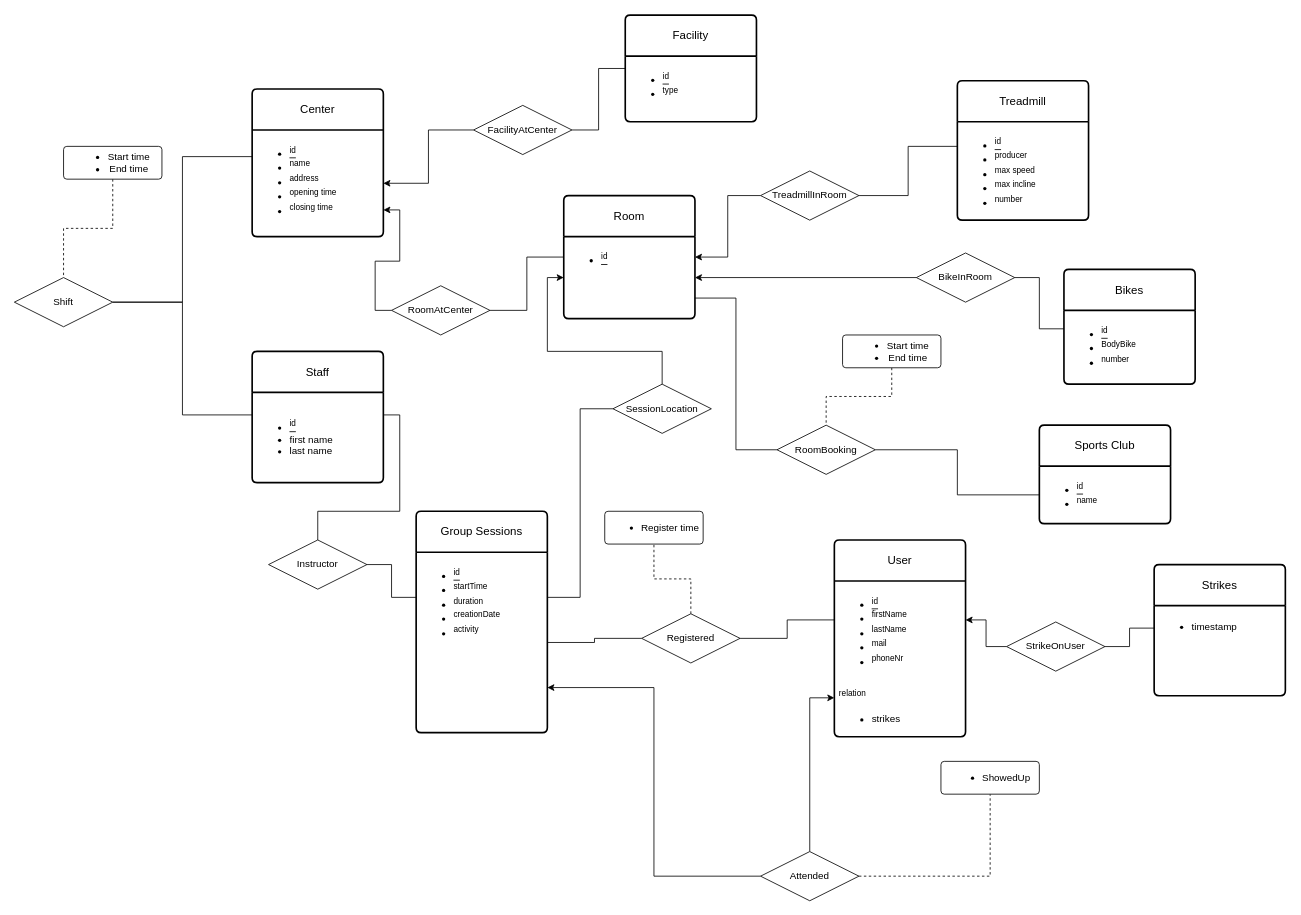
This is er-diagram.drawio from Simenf05/database-project, a draw.io file, before an edit. Source tidied: cells renumbered, new cells numbered last; positions are measured from the earlier drawing's top-left corner, leaving out a move shared by most shapes. Both pictures are drawn from the tidied source at 82%, with x=0, y=0 at pixel (14, 15).
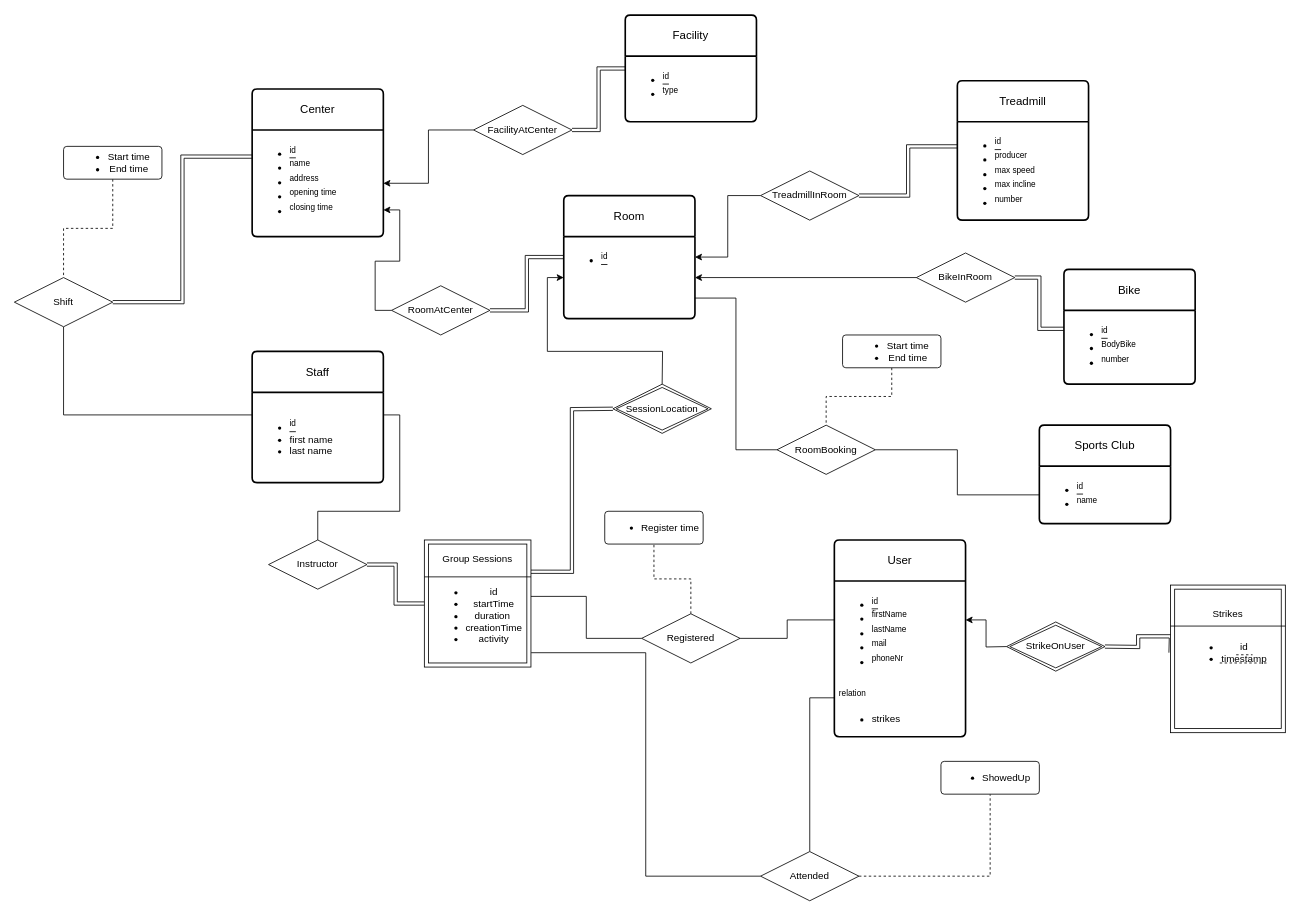
The same page after the edit.

Unchanged cells that the change refers to:
```xml
<mxCell id="3" value="&lt;ul&gt;&lt;li&gt;&lt;u&gt;&lt;sup&gt;id&lt;/sup&gt;&lt;/u&gt;&lt;/li&gt;&lt;li&gt;&lt;sup&gt;name&amp;nbsp;&lt;/sup&gt;&lt;/li&gt;&lt;li&gt;&lt;sup&gt;address&lt;/sup&gt;&lt;/li&gt;&lt;li&gt;&lt;sup&gt;opening time&lt;/sup&gt;&lt;/li&gt;&lt;li&gt;&lt;sup&gt;closing time&lt;/sup&gt;&lt;/li&gt;&lt;/ul&gt;" style="align=left;strokeColor=none;fillColor=none;spacingLeft=4;spacingRight=4;fontSize=12;verticalAlign=top;html=1;whiteSpace=wrap;" parent="2" vertex="1">
  <mxGeometry y="50" width="160" height="130" as="geometry" />
</mxCell>
<mxCell id="5" value="&lt;ul&gt;&lt;li&gt;&lt;u&gt;&lt;sup&gt;id&lt;/sup&gt;&lt;/u&gt;&lt;/li&gt;&lt;/ul&gt;&lt;div&gt;&lt;br&gt;&lt;/div&gt;" style="align=left;strokeColor=none;fillColor=none;spacingLeft=4;spacingRight=4;fontSize=12;verticalAlign=top;html=1;whiteSpace=wrap;" parent="4" vertex="1">
  <mxGeometry y="50" width="160" height="100" as="geometry" />
</mxCell>
<mxCell id="8" value="&lt;ul&gt;&lt;li&gt;&lt;u&gt;&lt;sup&gt;id&lt;/sup&gt;&lt;/u&gt;&lt;/li&gt;&lt;li&gt;&lt;sup&gt;producer&lt;/sup&gt;&lt;/li&gt;&lt;li&gt;&lt;sup&gt;max speed&lt;/sup&gt;&lt;/li&gt;&lt;li&gt;&lt;sup&gt;max incline&lt;/sup&gt;&lt;/li&gt;&lt;li&gt;&lt;sup&gt;number&lt;/sup&gt;&lt;/li&gt;&lt;/ul&gt;" style="align=left;strokeColor=none;fillColor=none;spacingLeft=4;spacingRight=4;fontSize=12;verticalAlign=top;html=1;whiteSpace=wrap;" parent="7" vertex="1">
  <mxGeometry y="50" width="160" height="120" as="geometry" />
</mxCell>
<mxCell id="10" value="&lt;ul&gt;&lt;li&gt;&lt;u&gt;&lt;sup&gt;id&lt;/sup&gt;&lt;/u&gt;&lt;/li&gt;&lt;li&gt;&lt;sup&gt;BodyBike&lt;/sup&gt;&lt;/li&gt;&lt;li&gt;&lt;sup&gt;number&lt;/sup&gt;&lt;/li&gt;&lt;/ul&gt;" style="align=left;strokeColor=none;fillColor=none;spacingLeft=4;spacingRight=4;fontSize=12;verticalAlign=top;html=1;whiteSpace=wrap;" parent="9" vertex="1">
  <mxGeometry y="50" width="160" height="90" as="geometry" />
</mxCell>
<mxCell id="14" value="&lt;ul&gt;&lt;li&gt;&lt;u&gt;&lt;sup&gt;id&lt;/sup&gt;&lt;/u&gt;&lt;/li&gt;&lt;li&gt;&lt;sup&gt;firstName&lt;/sup&gt;&lt;/li&gt;&lt;li&gt;&lt;sup&gt;lastName&lt;/sup&gt;&lt;/li&gt;&lt;li&gt;&lt;sup&gt;mail&lt;/sup&gt;&lt;/li&gt;&lt;li&gt;&lt;sup&gt;phoneNr&lt;/sup&gt;&lt;/li&gt;&lt;/ul&gt;&lt;div&gt;&lt;br&gt;&lt;/div&gt;&lt;div&gt;&lt;sup&gt;relation&lt;/sup&gt;&lt;/div&gt;&lt;div&gt;&lt;ul&gt;&lt;li&gt;strikes&lt;/li&gt;&lt;/ul&gt;&lt;/div&gt;" style="align=left;strokeColor=none;fillColor=none;spacingLeft=4;spacingRight=4;fontSize=12;verticalAlign=top;html=1;whiteSpace=wrap;" parent="13" vertex="1">
  <mxGeometry y="50" width="160" height="190" as="geometry" />
</mxCell>
<mxCell id="20" value="&lt;br&gt;&lt;ul&gt;&lt;li&gt;&lt;u&gt;&lt;sup&gt;id&lt;/sup&gt;&lt;/u&gt;&lt;/li&gt;&lt;li&gt;first name&lt;/li&gt;&lt;li&gt;last name&lt;/li&gt;&lt;/ul&gt;" style="align=left;strokeColor=none;fillColor=none;spacingLeft=4;spacingRight=4;fontSize=12;verticalAlign=top;html=1;whiteSpace=wrap;" parent="19" vertex="1">
  <mxGeometry y="50" width="160" height="110" as="geometry" />
</mxCell>
<mxCell id="23" value="&lt;div&gt;Shift&lt;/div&gt;" style="shape=rhombus;perimeter=rhombusPerimeter;whiteSpace=wrap;html=1;align=center;" parent="1" vertex="1">
  <mxGeometry y="320" width="120" height="60" as="geometry" />
</mxCell>
<mxCell id="28" value="&lt;div&gt;FacilityAtCenter&lt;/div&gt;" style="shape=rhombus;perimeter=rhombusPerimeter;whiteSpace=wrap;html=1;align=center;" parent="1" vertex="1">
  <mxGeometry x="560" y="110" width="120" height="60" as="geometry" />
</mxCell>
<mxCell id="29" value="Facility" style="swimlane;horizontal=1;startSize=50;rounded=1;fontSize=14;fontStyle=0;strokeWidth=2;shadow=0;dashed=0;align=center;arcSize=4;whiteSpace=wrap;html=1;" parent="1" vertex="1">
  <mxGeometry x="745" width="160" height="130" as="geometry" />
</mxCell>
<mxCell id="33" value="&lt;div&gt;RoomAtCenter&lt;/div&gt;" style="shape=rhombus;perimeter=rhombusPerimeter;whiteSpace=wrap;html=1;align=center;" parent="1" vertex="1">
  <mxGeometry x="460" y="330" width="120" height="60" as="geometry" />
</mxCell>
<mxCell id="36" value="&lt;div&gt;TreadmillInRoom&lt;/div&gt;" style="shape=rhombus;perimeter=rhombusPerimeter;whiteSpace=wrap;html=1;align=center;" parent="1" vertex="1">
  <mxGeometry x="910" y="190" width="120" height="60" as="geometry" />
</mxCell>
<mxCell id="39" value="BikeInRoom" style="shape=rhombus;perimeter=rhombusPerimeter;whiteSpace=wrap;html=1;align=center;" parent="1" vertex="1">
  <mxGeometry x="1100" y="290" width="120" height="60" as="geometry" />
</mxCell>
<mxCell id="42" value="&lt;div&gt;Instructor&lt;/div&gt;" style="shape=rhombus;perimeter=rhombusPerimeter;whiteSpace=wrap;html=1;align=center;" parent="1" vertex="1">
  <mxGeometry x="310" y="640" width="120" height="60" as="geometry" />
</mxCell>
<mxCell id="49" value="Registered" style="shape=rhombus;perimeter=rhombusPerimeter;whiteSpace=wrap;html=1;align=center;" parent="1" vertex="1">
  <mxGeometry x="765" y="730" width="120" height="60" as="geometry" />
</mxCell>
<mxCell id="54" value="Attended" style="shape=rhombus;perimeter=rhombusPerimeter;whiteSpace=wrap;html=1;align=center;" parent="1" vertex="1">
  <mxGeometry x="910" y="1020" width="120" height="60" as="geometry" />
</mxCell>
```

The edit, as a diff of the source:
```diff
@@
-    <mxCell id="9" value="Bikes" style="swimlane;horizontal=1;startSize=50;rounded=1;fontSize=14;fontStyle=0;strokeWidth=2;shadow=0;dashed=0;align=center;arcSize=4;whiteSpace=wrap;html=1;" parent="1" vertex="1">
+    <mxCell id="9" value="Bike" style="swimlane;horizontal=1;startSize=50;rounded=1;fontSize=14;fontStyle=0;strokeWidth=2;shadow=0;dashed=0;align=center;arcSize=4;whiteSpace=wrap;html=1;" parent="1" vertex="1">
       <mxGeometry x="1280" y="310" width="160" height="140" as="geometry" />
     </mxCell>
@@
-    <mxCell id="11" value="&lt;div&gt;Group Sessions&lt;/div&gt;" style="swimlane;horizontal=1;startSize=50;rounded=1;fontSize=14;fontStyle=0;strokeWidth=2;shadow=0;dashed=0;align=center;arcSize=4;whiteSpace=wrap;html=1;" parent="1" vertex="1">
-      <mxGeometry x="490" y="605" width="160" height="270" as="geometry" />
-    </mxCell>
-    <mxCell id="12" value="&lt;ul&gt;&lt;li&gt;&lt;u&gt;&lt;sup&gt;id&lt;/sup&gt;&lt;/u&gt;&lt;/li&gt;&lt;li&gt;&lt;sup&gt;startTime&lt;/sup&gt;&lt;/li&gt;&lt;li&gt;&lt;sup&gt;duration&lt;/sup&gt;&lt;/li&gt;&lt;li&gt;&lt;sup&gt;creationDate&lt;/sup&gt;&lt;/li&gt;&lt;li&gt;&lt;sup&gt;activity&lt;/sup&gt;&lt;/li&gt;&lt;/ul&gt;" style="align=left;strokeColor=none;fillColor=none;spacingLeft=4;spacingRight=4;fontSize=12;verticalAlign=top;html=1;whiteSpace=wrap;" parent="11" vertex="1">
-      <mxGeometry y="50" width="160" height="220" as="geometry" />
-    </mxCell>
@@
-    <mxCell id="17" value="Strikes" style="swimlane;horizontal=1;startSize=50;rounded=1;fontSize=14;fontStyle=0;strokeWidth=2;shadow=0;dashed=0;align=center;arcSize=4;whiteSpace=wrap;html=1;" parent="1" vertex="1">
-      <mxGeometry x="1390" y="670" width="160" height="160" as="geometry" />
-    </mxCell>
-    <mxCell id="18" value="&lt;ul&gt;&lt;li&gt;timestamp&lt;/li&gt;&lt;/ul&gt;" style="align=left;strokeColor=none;fillColor=none;spacingLeft=4;spacingRight=4;fontSize=12;verticalAlign=top;html=1;whiteSpace=wrap;" parent="17" vertex="1">
-      <mxGeometry y="50" width="160" height="110" as="geometry" />
-    </mxCell>
@@
-    <mxCell id="21" style="edgeStyle=orthogonalEdgeStyle;rounded=0;jettySize=auto;html=1;entryX=0;entryY=0.25;entryDx=0;entryDy=0;endArrow=none;endFill=0;" parent="1" edge="1" source="23" target="3">
+    <mxCell id="21" style="edgeStyle=orthogonalEdgeStyle;rounded=0;jettySize=auto;html=1;entryX=0;entryY=0.25;entryDx=0;entryDy=0;endArrow=none;endFill=0;startArrow=none;startFill=0;strokeColor=default;shape=link;" parent="1" edge="1" source="23" target="3">
       <mxGeometry relative="1" as="geometry" />
     </mxCell>
-    <mxCell id="22" style="edgeStyle=orthogonalEdgeStyle;rounded=0;jettySize=auto;html=1;entryX=0;entryY=0.25;entryDx=0;entryDy=0;endArrow=none;endFill=0;" parent="1" edge="1" source="23" target="20">
+    <mxCell id="22" style="edgeStyle=orthogonalEdgeStyle;rounded=0;jettySize=auto;html=1;entryX=0;entryY=0.25;entryDx=0;entryDy=0;endArrow=none;endFill=0;exitX=0.5;exitY=1;exitDx=0;exitDy=0;" parent="1" edge="1" source="23" target="20">
       <mxGeometry relative="1" as="geometry" />
     </mxCell>
@@
-    <mxCell id="26" style="edgeStyle=orthogonalEdgeStyle;rounded=0;jettySize=auto;html=1;entryX=0;entryY=0.5;entryDx=0;entryDy=0;endArrow=none;endFill=0;" parent="1" edge="1" source="28" target="29">
+    <mxCell id="26" style="edgeStyle=orthogonalEdgeStyle;rounded=0;jettySize=auto;html=1;entryX=0;entryY=0.5;entryDx=0;entryDy=0;endArrow=none;endFill=0;shape=link;" parent="1" edge="1" source="28" target="29">
       <mxGeometry relative="1" as="geometry" />
     </mxCell>
@@
-    <mxCell id="31" style="edgeStyle=orthogonalEdgeStyle;rounded=0;jettySize=auto;html=1;exitX=1;exitY=0.5;exitDx=0;exitDy=0;entryX=0;entryY=0.25;entryDx=0;entryDy=0;endArrow=none;endFill=0;" parent="1" edge="1" source="33" target="5">
+    <mxCell id="31" style="edgeStyle=orthogonalEdgeStyle;rounded=0;jettySize=auto;html=1;exitX=1;exitY=0.5;exitDx=0;exitDy=0;entryX=0;entryY=0.25;entryDx=0;entryDy=0;endArrow=none;endFill=0;shape=link;" parent="1" edge="1" source="33" target="5">
       <mxGeometry relative="1" as="geometry" />
     </mxCell>
@@
-    <mxCell id="34" style="edgeStyle=orthogonalEdgeStyle;rounded=0;jettySize=auto;html=1;entryX=0;entryY=0.25;entryDx=0;entryDy=0;endArrow=none;endFill=0;" parent="1" edge="1" source="36" target="8">
+    <mxCell id="34" style="edgeStyle=orthogonalEdgeStyle;rounded=0;jettySize=auto;html=1;entryX=0;entryY=0.25;entryDx=0;entryDy=0;endArrow=none;endFill=0;shape=link;" parent="1" edge="1" source="36" target="8">
       <mxGeometry relative="1" as="geometry" />
     </mxCell>
@@
-    <mxCell id="38" style="edgeStyle=orthogonalEdgeStyle;rounded=0;jettySize=auto;html=1;exitX=1;exitY=0.5;exitDx=0;exitDy=0;entryX=0;entryY=0.25;entryDx=0;entryDy=0;endArrow=none;endFill=0;" parent="1" edge="1" source="39" target="10">
+    <mxCell id="38" style="edgeStyle=orthogonalEdgeStyle;rounded=0;jettySize=auto;html=1;exitX=1;exitY=0.5;exitDx=0;exitDy=0;entryX=0;entryY=0.25;entryDx=0;entryDy=0;endArrow=none;endFill=0;shape=link;" parent="1" edge="1" source="39" target="10">
       <mxGeometry relative="1" as="geometry" />
     </mxCell>
@@
-    <mxCell id="40" style="edgeStyle=orthogonalEdgeStyle;rounded=0;jettySize=auto;html=1;entryX=0;entryY=0.25;entryDx=0;entryDy=0;endArrow=none;endFill=0;" parent="1" edge="1" source="42" target="12">
+    <mxCell id="40" style="edgeStyle=orthogonalEdgeStyle;rounded=0;jettySize=auto;html=1;entryX=0;entryY=0.5;entryDx=0;entryDy=0;endArrow=none;endFill=0;shape=link;" parent="1" edge="1" source="42" target="68">
       <mxGeometry relative="1" as="geometry" />
     </mxCell>
@@
-    <mxCell id="43" style="edgeStyle=orthogonalEdgeStyle;rounded=0;jettySize=auto;html=1;entryX=1;entryY=0.25;entryDx=0;entryDy=0;endArrow=none;endFill=0;" parent="1" edge="1" source="45" target="12">
-      <mxGeometry relative="1" as="geometry" />
+    <mxCell id="43" style="edgeStyle=orthogonalEdgeStyle;rounded=0;jettySize=auto;html=1;entryX=1;entryY=0.25;entryDx=0;entryDy=0;endArrow=none;endFill=0;shape=link;" parent="1" edge="1" target="68">
+      <mxGeometry relative="1" as="geometry">
+        <mxPoint x="730" y="480" as="sourcePoint" />
+      </mxGeometry>
     </mxCell>
-    <mxCell id="44" style="edgeStyle=orthogonalEdgeStyle;rounded=0;jettySize=auto;html=1;entryX=0;entryY=0.5;entryDx=0;entryDy=0;" parent="1" edge="1" source="45" target="5">
-      <mxGeometry relative="1" as="geometry" />
+    <mxCell id="44" style="edgeStyle=orthogonalEdgeStyle;rounded=0;jettySize=auto;html=1;entryX=0;entryY=0.5;entryDx=0;entryDy=0;" parent="1" edge="1" target="5">
+      <mxGeometry relative="1" as="geometry">
+        <mxPoint x="790" y="450" as="sourcePoint" />
+      </mxGeometry>
     </mxCell>
-    <mxCell id="45" value="SessionLocation" style="shape=rhombus;perimeter=rhombusPerimeter;whiteSpace=wrap;html=1;align=center;" parent="1" vertex="1">
-      <mxGeometry x="730" y="450" width="120" height="60" as="geometry" />
-    </mxCell>
@@
-    <mxCell id="47" style="edgeStyle=orthogonalEdgeStyle;rounded=0;jettySize=auto;html=1;entryX=1;entryY=0.5;entryDx=0;entryDy=0;endArrow=none;endFill=0;" parent="1" edge="1" source="49" target="12">
+    <mxCell id="47" style="edgeStyle=orthogonalEdgeStyle;rounded=0;jettySize=auto;html=1;entryX=0.98;entryY=0.444;entryDx=0;entryDy=0;endArrow=none;endFill=0;entryPerimeter=0;" parent="1" edge="1" source="49" target="68">
       <mxGeometry relative="1" as="geometry" />
     </mxCell>
@@
-    <mxCell id="51" style="edgeStyle=orthogonalEdgeStyle;rounded=0;jettySize=auto;html=1;entryX=1;entryY=0.75;entryDx=0;entryDy=0;" parent="1" edge="1" source="54" target="12">
+    <mxCell id="51" style="edgeStyle=orthogonalEdgeStyle;rounded=0;jettySize=auto;html=1;entryX=1.002;entryY=0.887;entryDx=0;entryDy=0;endArrow=none;endFill=0;entryPerimeter=0;" parent="1" edge="1" source="54" target="68">
       <mxGeometry relative="1" as="geometry" />
     </mxCell>
-    <mxCell id="52" style="edgeStyle=orthogonalEdgeStyle;rounded=0;jettySize=auto;html=1;entryX=0;entryY=0.75;entryDx=0;entryDy=0;" parent="1" edge="1" source="54" target="14">
+    <mxCell id="52" style="edgeStyle=orthogonalEdgeStyle;rounded=0;jettySize=auto;html=1;entryX=0;entryY=0.75;entryDx=0;entryDy=0;endArrow=none;endFill=0;" parent="1" edge="1" source="54" target="14">
       <mxGeometry relative="1" as="geometry" />
     </mxCell>
@@
-    <mxCell id="61" style="edgeStyle=orthogonalEdgeStyle;rounded=0;jettySize=auto;html=1;entryX=1;entryY=0.25;entryDx=0;entryDy=0;" parent="1" edge="1" source="63" target="14">
-      <mxGeometry relative="1" as="geometry" />
+    <mxCell id="61" style="edgeStyle=orthogonalEdgeStyle;rounded=0;jettySize=auto;html=1;entryX=1;entryY=0.25;entryDx=0;entryDy=0;" parent="1" edge="1" target="14">
+      <mxGeometry relative="1" as="geometry">
+        <mxPoint x="1210" y="770" as="sourcePoint" />
+      </mxGeometry>
     </mxCell>
-    <mxCell id="62" style="edgeStyle=orthogonalEdgeStyle;rounded=0;jettySize=auto;html=1;entryX=0;entryY=0.25;entryDx=0;entryDy=0;endArrow=none;endFill=0;" parent="1" edge="1" source="63" target="18">
-      <mxGeometry relative="1" as="geometry" />
+    <mxCell id="62" style="edgeStyle=orthogonalEdgeStyle;rounded=0;orthogonalLoop=1;jettySize=auto;html=1;entryX=0;entryY=0.25;entryDx=0;entryDy=0;endArrow=none;endFill=0;shape=link;" parent="1" edge="1">
+      <mxGeometry relative="1" as="geometry">
+        <mxPoint x="1330" y="770" as="sourcePoint" />
+        <mxPoint x="1410" y="777.5" as="targetPoint" />
+      </mxGeometry>
     </mxCell>
+    <mxCell id="64" value="Strikes&lt;br&gt;&lt;div&gt;&lt;br&gt;&lt;/div&gt;&lt;div&gt;&lt;ul&gt;&lt;li&gt;id&lt;/li&gt;&lt;li&gt;timestamp&lt;/li&gt;&lt;/ul&gt;&lt;/div&gt;&lt;div&gt;&lt;br&gt;&lt;/div&gt;&lt;div&gt;&lt;br&gt;&lt;/div&gt;&lt;div&gt;&lt;br&gt;&lt;/div&gt;" style="shape=ext;margin=3;double=1;whiteSpace=wrap;html=1;align=center;" parent="1" vertex="1">
+      <mxGeometry x="1410" y="695" width="140" height="180" as="geometry" />
+    </mxCell>
+    <mxCell id="65" style="line;strokeWidth=1;dashed=0;labelPosition=right;align=left;verticalAlign=middle;spacingTop=0;spacingLeft=6;" parent="1" vertex="1">
+      <mxGeometry x="1410" y="740" width="140" height="10" as="geometry" />
+    </mxCell>
-    <mxCell id="63" value="StrikeOnUser" style="shape=rhombus;perimeter=rhombusPerimeter;whiteSpace=wrap;html=1;align=center;" parent="1" vertex="1">
+    <mxCell id="63" value="StrikeOnUser" style="shape=rhombus;double=1;perimeter=rhombusPerimeter;whiteSpace=wrap;html=1;align=center;" parent="1" vertex="1">
       <mxGeometry x="1210" y="740" width="120" height="60" as="geometry" />
     </mxCell>
+    <mxCell id="66" style="endArrow=none;html=1;rounded=0;entryX=0.857;entryY=0.528;entryDx=0;entryDy=0;entryPerimeter=0;dashed=1;" parent="1" edge="1" target="64">
+      <mxGeometry relative="1" as="geometry">
+        <mxPoint x="1470" y="790" as="sourcePoint" />
+      </mxGeometry>
+    </mxCell>
+    <mxCell id="67" style="endArrow=none;html=1;rounded=0;dashed=1;" parent="1" edge="1">
+      <mxGeometry relative="1" as="geometry">
+        <mxPoint x="1490" y="780" as="sourcePoint" />
+        <mxPoint x="1510" y="780" as="targetPoint" />
+      </mxGeometry>
+    </mxCell>
+    <mxCell id="68" value="Group Sessions&lt;div&gt;&lt;br&gt;&lt;/div&gt;&lt;div&gt;&lt;ul&gt;&lt;li&gt;id&lt;/li&gt;&lt;li&gt;startTime&lt;/li&gt;&lt;li&gt;duration&amp;nbsp;&lt;/li&gt;&lt;li&gt;creationTime&lt;/li&gt;&lt;li&gt;activity&lt;/li&gt;&lt;/ul&gt;&lt;/div&gt;" style="shape=ext;margin=3;double=1;whiteSpace=wrap;html=1;align=center;" parent="1" vertex="1">
+      <mxGeometry x="500" y="640" width="130" height="155" as="geometry" />
+    </mxCell>
+    <mxCell id="69" style="line;strokeWidth=1;dashed=0;labelPosition=right;align=left;verticalAlign=middle;spacingTop=0;spacingLeft=6;" parent="1" vertex="1">
+      <mxGeometry x="500" y="680" width="130" height="10" as="geometry" />
+    </mxCell>
+    <mxCell id="45" value="SessionLocation" style="shape=rhombus;double=1;perimeter=rhombusPerimeter;whiteSpace=wrap;html=1;align=center;" parent="1" vertex="1">
+      <mxGeometry x="730" y="450" width="120" height="60" as="geometry" />
+    </mxCell>
```
